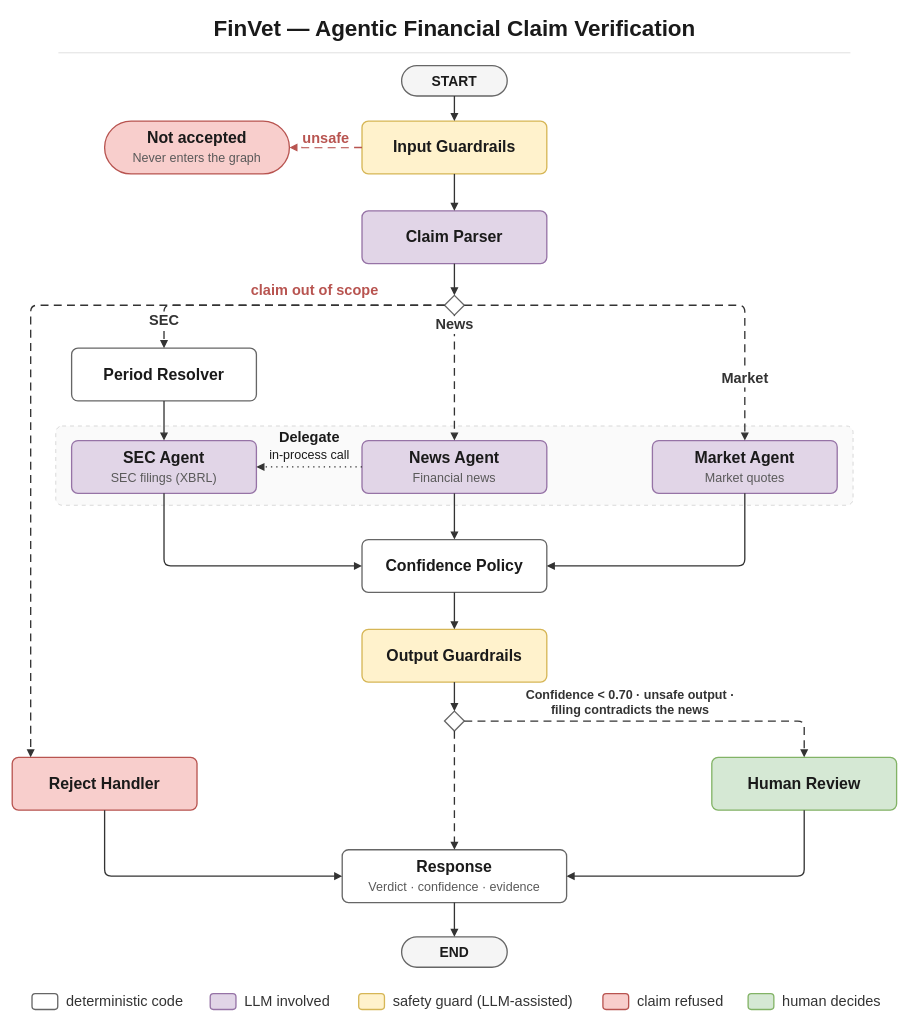
danielberhane/finvet keeps this draw.io diagram as docs/diagrams/finvet-pipeline.drawio. Above is the earlier version. Source tidied: cells renumbered, new cells numbered last; positions are measured from the earlier drawing's top-left corner, leaving out a move shared by most shapes. Both pictures are drawn from the tidied source at 66%, with x=0, y=0 at pixel (12, 11).
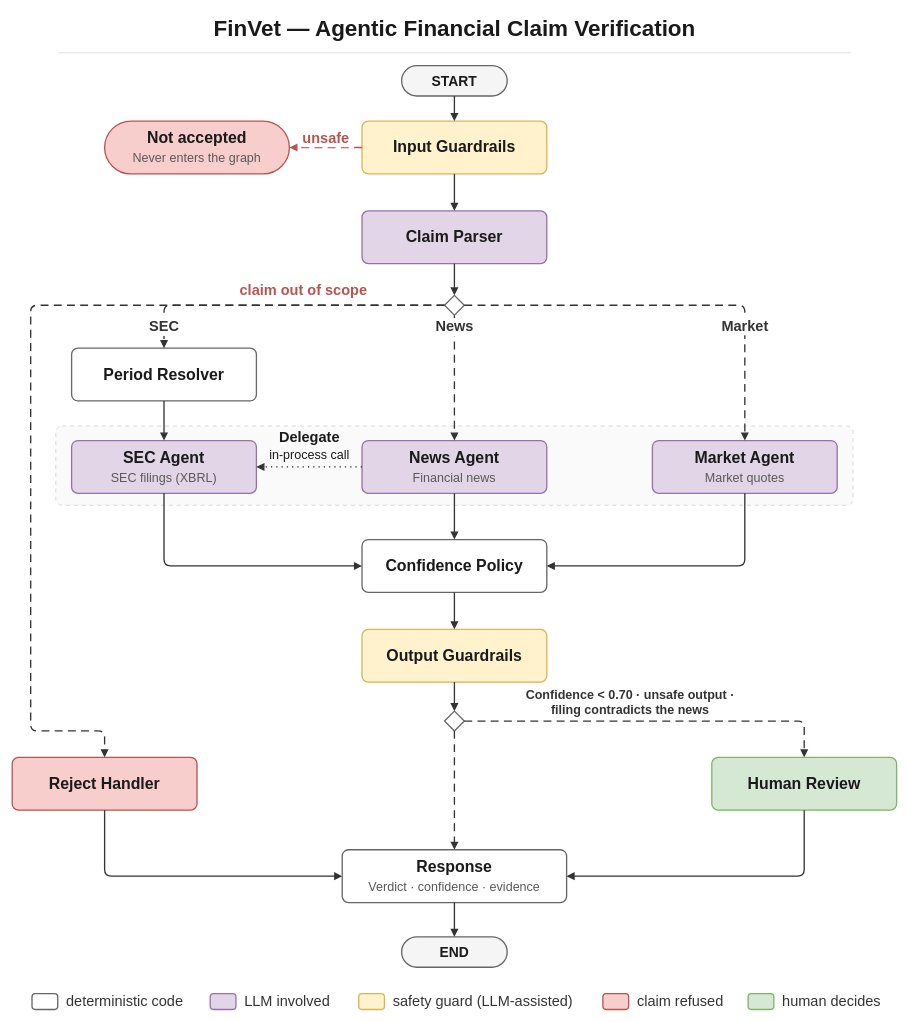
The same diagram, later.

The change refers to these unchanged cells:
```xml
<mxCell id="9" style="rhombus;whiteSpace=wrap;html=1;fillColor=#FFFFFF;strokeColor=#666666;strokeWidth=2;" parent="1" vertex="1">
  <mxGeometry x="655" y="430" width="30" height="30" as="geometry" />
</mxCell>
<mxCell id="10" value="&lt;b&gt;Period Resolver&lt;/b&gt;" style="rounded=1;arcSize=12;whiteSpace=wrap;html=1;fontFamily=Helvetica;fontSize=24;fontColor=#1A1A1A;fillColor=#FFFFFF;strokeColor=#666666;strokeWidth=2;" parent="1" vertex="1">
  <mxGeometry x="90" y="510" width="280" height="80" as="geometry" />
</mxCell>
<mxCell id="12" value="&lt;b&gt;News Agent&lt;/b&gt;&lt;br&gt;&lt;span style=&quot;font-size:19px;color:#595959;&quot;&gt;Financial news&lt;/span&gt;" style="rounded=1;arcSize=12;whiteSpace=wrap;html=1;fontFamily=Helvetica;fontSize=24;fontColor=#1A1A1A;fillColor=#E1D5E7;strokeColor=#9673A6;strokeWidth=2;" parent="1" vertex="1">
  <mxGeometry x="530" y="650" width="280" height="80" as="geometry" />
</mxCell>
<mxCell id="13" value="&lt;b&gt;Market Agent&lt;/b&gt;&lt;br&gt;&lt;span style=&quot;font-size:19px;color:#595959;&quot;&gt;Market quotes&lt;/span&gt;" style="rounded=1;arcSize=12;whiteSpace=wrap;html=1;fontFamily=Helvetica;fontSize=24;fontColor=#1A1A1A;fillColor=#E1D5E7;strokeColor=#9673A6;strokeWidth=2;" parent="1" vertex="1">
  <mxGeometry x="970" y="650" width="280" height="80" as="geometry" />
</mxCell>
<mxCell id="17" value="&lt;b&gt;Reject Handler&lt;/b&gt;" style="rounded=1;arcSize=12;whiteSpace=wrap;html=1;fontFamily=Helvetica;fontSize=24;fontColor=#1A1A1A;fillColor=#F8CECC;strokeColor=#B85450;strokeWidth=2;" parent="1" vertex="1">
  <mxGeometry y="1130" width="280" height="80" as="geometry" />
</mxCell>
```

Diff of the diagram source:
```diff
@@
-    <mxCell id="25" value="&lt;b&gt;claim out of scope&lt;/b&gt;" style="edgeStyle=orthogonalEdgeStyle;rounded=1;jettySize=auto;html=1;strokeWidth=2;endArrow=block;endFill=1;endSize=7;fontFamily=Helvetica;fontSize=22;labelBackgroundColor=#FFFFFF;jumpStyle=arc;jumpSize=10;dashed=1;dashPattern=6 4;strokeColor=#333333;fontColor=#B85450;exitX=0;exitY=0.5;exitDx=0;exitDy=0;entryX=0.1;entryY=0;entryDx=0;entryDy=0;" parent="1" edge="1" source="9" target="17">
+    <mxCell id="25" value="&lt;b&gt;claim out of scope&lt;/b&gt;" style="edgeStyle=orthogonalEdgeStyle;rounded=1;jettySize=auto;html=1;strokeWidth=2;endArrow=block;endFill=1;endSize=7;fontFamily=Helvetica;fontSize=22;labelBackgroundColor=#FFFFFF;jumpStyle=arc;jumpSize=10;dashed=1;dashPattern=6 4;strokeColor=#333333;fontColor=#B85450;exitX=0;exitY=0.5;exitDx=0;exitDy=0;entryX=0.5;entryY=0;entryDx=0;entryDy=0;" parent="1" edge="1" source="9" target="17">
       <mxGeometry x="-0.7" relative="1" as="geometry">
         <Array as="points">
           <mxPoint x="28" y="445" />
+          <mxPoint x="28" y="1090" />
+          <mxPoint x="140" y="1090" />
         </Array>
         <mxPoint y="-22" as="offset" />
       </mxGeometry>
     </mxCell>
     <mxCell id="26" value="&lt;b&gt;SEC&lt;/b&gt;" style="edgeStyle=orthogonalEdgeStyle;rounded=1;jettySize=auto;html=1;strokeWidth=2;endArrow=block;endFill=1;endSize=7;fontFamily=Helvetica;fontSize=22;labelBackgroundColor=#FFFFFF;jumpStyle=arc;jumpSize=10;dashed=1;dashPattern=6 4;strokeColor=#333333;fontColor=#333333;exitX=0;exitY=0.5;exitDx=0;exitDy=0;entryX=0.5;entryY=0;entryDx=0;entryDy=0;" parent="1" edge="1" source="9" target="10">
-      <mxGeometry x="0.83" relative="1" as="geometry">
+      <mxGeometry x="0.87" relative="1" as="geometry">
         <Array as="points">
           <mxPoint x="230" y="445" />
         </Array>
       </mxGeometry>
     </mxCell>
     <mxCell id="27" value="&lt;b&gt;News&lt;/b&gt;" style="edgeStyle=orthogonalEdgeStyle;rounded=1;jettySize=auto;html=1;strokeWidth=2;endArrow=block;endFill=1;endSize=7;fontFamily=Helvetica;fontSize=22;labelBackgroundColor=#FFFFFF;jumpStyle=arc;jumpSize=10;dashed=1;dashPattern=6 4;strokeColor=#333333;fontColor=#333333;exitX=0.5;exitY=1;exitDx=0;exitDy=0;entryX=0.5;entryY=0;entryDx=0;entryDy=0;" parent="1" edge="1" source="9" target="12">
-      <mxGeometry x="-0.84" relative="1" as="geometry" />
+      <mxGeometry x="-0.81" relative="1" as="geometry" />
     </mxCell>
     <mxCell id="28" value="&lt;b&gt;Market&lt;/b&gt;" style="edgeStyle=orthogonalEdgeStyle;rounded=1;jettySize=auto;html=1;strokeWidth=2;endArrow=block;endFill=1;endSize=7;fontFamily=Helvetica;fontSize=22;labelBackgroundColor=#FFFFFF;jumpStyle=arc;jumpSize=10;dashed=1;dashPattern=6 4;strokeColor=#333333;fontColor=#333333;exitX=1;exitY=0.5;exitDx=0;exitDy=0;entryX=0.5;entryY=0;entryDx=0;entryDy=0;" parent="1" edge="1" source="9" target="13">
-      <mxGeometry x="0.7" relative="1" as="geometry">
+      <mxGeometry x="0.45" relative="1" as="geometry">
         <Array as="points">
           <mxPoint x="1110" y="445" />
         </Array>
       </mxGeometry>
     </mxCell>
```
